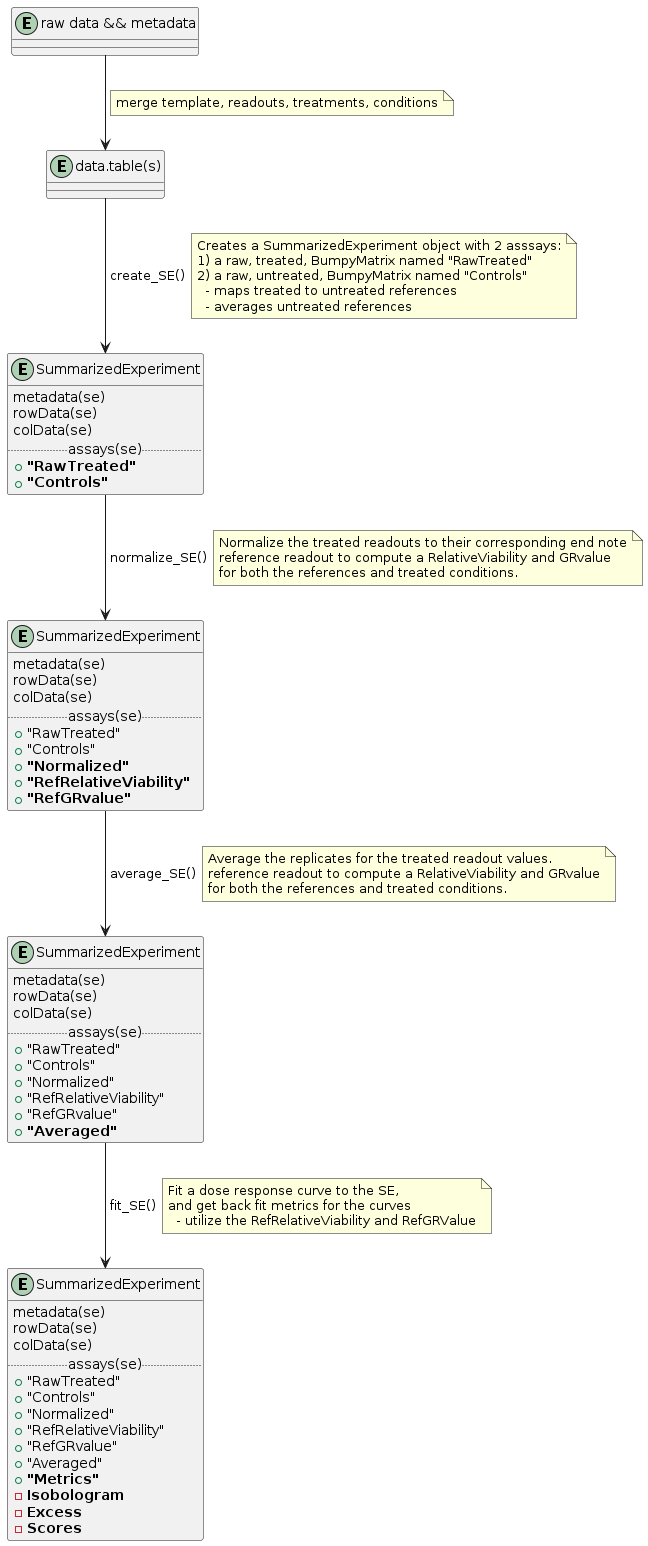
gdrplatform/gDRcore keeps this PlantUML diagram as inst/images/pipeline.png. Above is the earlier version. Source of this version:
```plantuml
@startuml
set namespaceSeparator none
skinparam linetype polyline
skinparam backgroundcolor transparent

Entity "raw data && metadata" as RD {}

Entity "data.table(s)" as DF {}

Entity "SummarizedExperiment" as SE {
 metadata(se)
 rowData(se)
 colData(se)
 .. assays(se) ..
 + **"RawTreated"**
 + **"Controls"**
}

Entity "SummarizedExperiment" as SE2 {
 metadata(se)
 rowData(se)
 colData(se)
 .. assays(se) ..
 + "RawTreated"
 + "Controls"
 + **"Normalized"**
 + **"RefRelativeViability"**
 + **"RefGRvalue"**
}

Entity "SummarizedExperiment" as SE3 {
 metadata(se)
 rowData(se)
 colData(se)
 .. assays(se) ..
 + "RawTreated"
 + "Controls"
 + "Normalized"
 + "RefRelativeViability"
 + "RefGRvalue"
 + **"Averaged"**
}

Entity "SummarizedExperiment" as SE4 {
 metadata(se)
 rowData(se)
 colData(se)
 .. assays(se) ..
 + "RawTreated"
 + "Controls"
 + "Normalized"
 + "RefRelativeViability"
 + "RefGRvalue"
 + "Averaged"
 + **"Metrics"**
 - **Isobologram**
 - **Excess**
 - **Scores**
}

RD --> DF
note right on link
merge template, readouts, treatments, conditions
end note
DF --> SE: " create_SE()"
note right on link
Creates a SummarizedExperiment object with 2 asssays:
1) a raw, treated, BumpyMatrix named "RawTreated"
2) a raw, untreated, BumpyMatrix named "Controls"
  - maps treated to untreated references
  - averages untreated references
end note
SE --> SE2: " normalize_SE()"
note right on link
Normalize the treated readouts to their corresponding end note
reference readout to compute a RelativeViability and GRvalue
for both the references and treated conditions.
end note
SE2 --> SE3: " average_SE()"
note right on link
Average the replicates for the treated readout values.
reference readout to compute a RelativeViability and GRvalue
for both the references and treated conditions.
end note
SE3 --> SE4: " fit_SE()"
note right on link
Fit a dose response curve to the SE,
and get back fit metrics for the curves
  - utilize the RefRelativeViability and RefGRValue
end note

@enduml
```
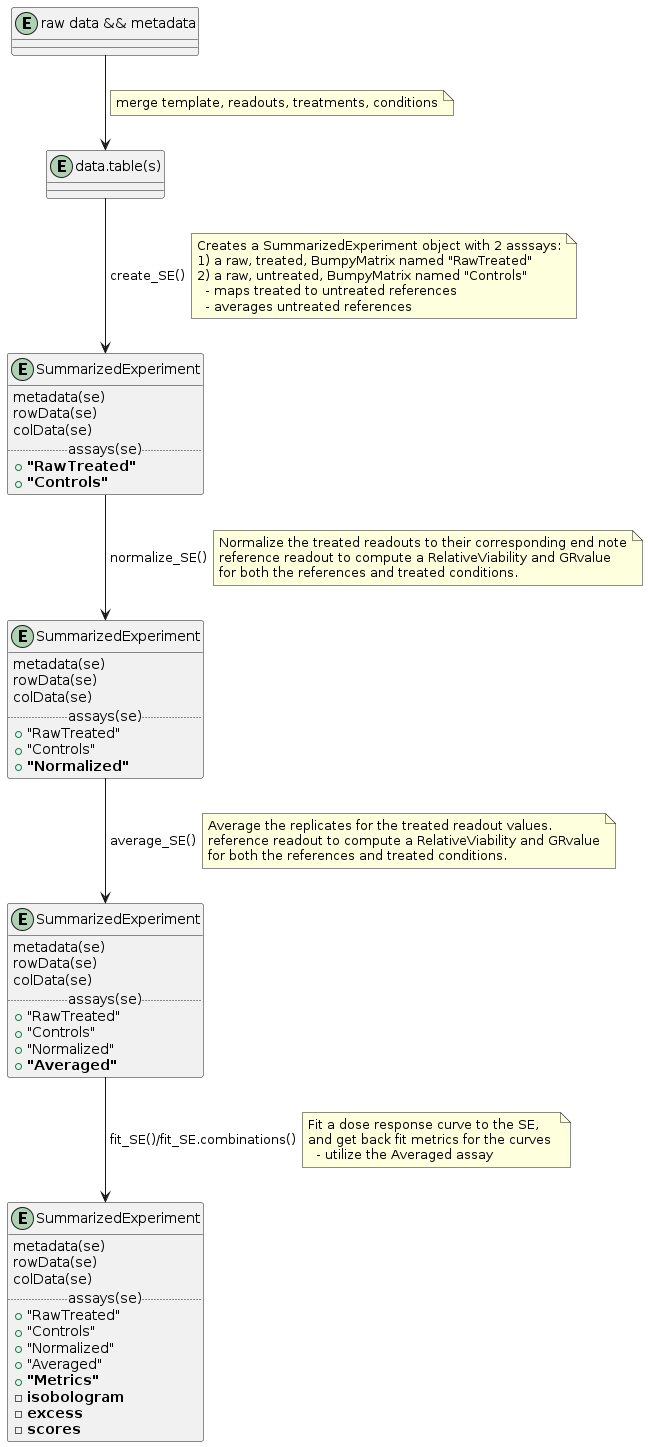
The same file after the commit.

The edit, as a diff of the source:
```diff
@@ -24,8 +24,6 @@
  + "RawTreated"
  + "Controls"
  + **"Normalized"**
- + **"RefRelativeViability"**
- + **"RefGRvalue"**
 }
 
 Entity "SummarizedExperiment" as SE3 {
@@ -36,8 +34,6 @@
  + "RawTreated"
  + "Controls"
  + "Normalized"
- + "RefRelativeViability"
- + "RefGRvalue"
  + **"Averaged"**
 }
 
@@ -49,13 +45,11 @@
  + "RawTreated"
  + "Controls"
  + "Normalized"
- + "RefRelativeViability"
- + "RefGRvalue"
  + "Averaged"
  + **"Metrics"**
- - **Isobologram**
- - **Excess**
- - **Scores**
+ - **isobologram**
+ - **excess**
+ - **scores**
 }
 
 RD --> DF
@@ -82,11 +76,11 @@
 reference readout to compute a RelativeViability and GRvalue
 for both the references and treated conditions.
 end note
-SE3 --> SE4: " fit_SE()"
+SE3 --> SE4: " fit_SE()/fit_SE.combinations()"
 note right on link
 Fit a dose response curve to the SE,
 and get back fit metrics for the curves
-  - utilize the RefRelativeViability and RefGRValue
+  - utilize the Averaged assay
 end note
 
 @enduml
```
